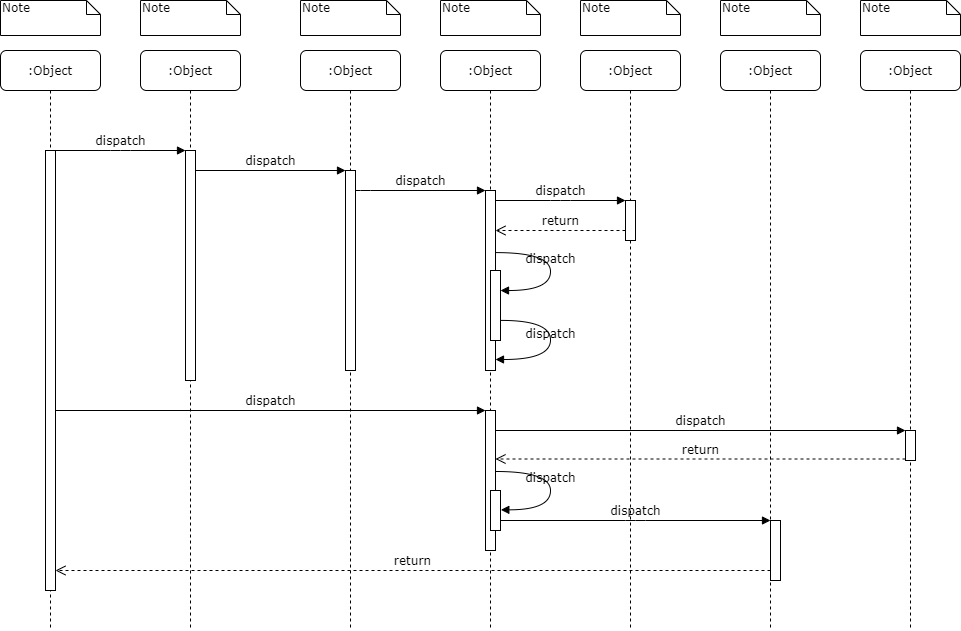
Before: Untitled Diagram.png, a diagram exported from draw.io (tongtongtongtong/test). Source tidied: cells renumbered, new cells last; positions are measured from the earlier drawing's top-left corner, leaving out a move shared by most shapes.
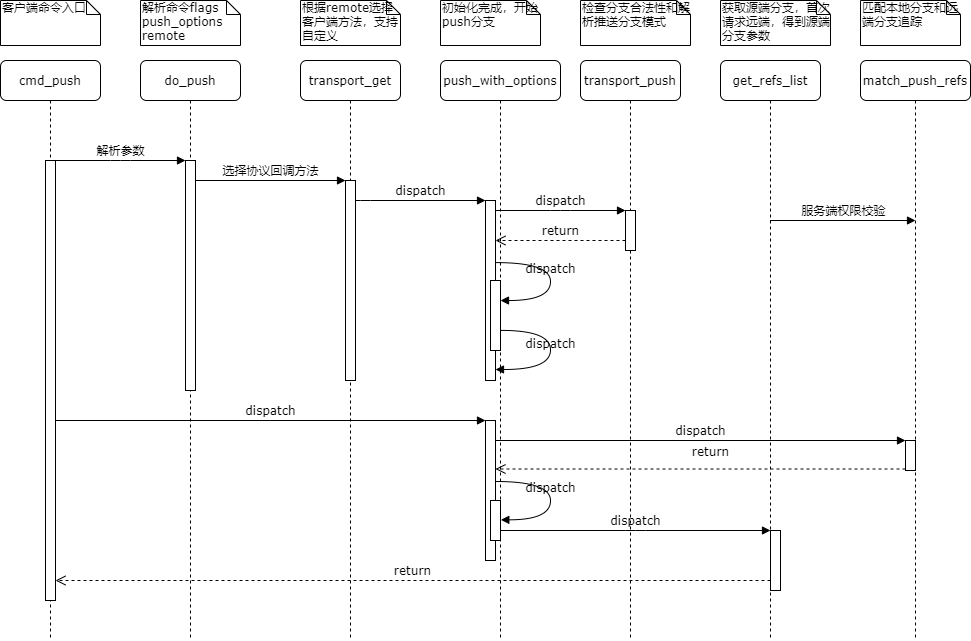
After the change.

The edit, as a diff of the source:
```diff
@@ -2,31 +2,31 @@
   <root>
     <mxCell id="0" />
     <mxCell id="1" parent="0" />
-    <mxCell id="2" value=":Object" style="shape=umlLifeline;perimeter=lifelinePerimeter;whiteSpace=wrap;html=1;rounded=1;shadow=0;comic=0;labelBackgroundColor=none;strokeWidth=1;fontFamily=Verdana;fontSize=12;align=center;" parent="1" vertex="1">
+    <mxCell id="2" value="do_push" style="shape=umlLifeline;perimeter=lifelinePerimeter;whiteSpace=wrap;html=1;rounded=1;shadow=0;comic=0;labelBackgroundColor=none;strokeWidth=1;fontFamily=Verdana;fontSize=12;align=center;" parent="1" vertex="1">
       <mxGeometry x="140" y="50" width="100" height="580" as="geometry" />
     </mxCell>
     <mxCell id="3" style="html=1;points=[];perimeter=orthogonalPerimeter;rounded=0;shadow=0;comic=0;labelBackgroundColor=none;strokeWidth=1;fontFamily=Verdana;fontSize=12;align=center;" parent="2" vertex="1">
       <mxGeometry x="45" y="100" width="10" height="230" as="geometry" />
     </mxCell>
-    <mxCell id="4" value=":Object" style="shape=umlLifeline;perimeter=lifelinePerimeter;whiteSpace=wrap;html=1;rounded=1;shadow=0;comic=0;labelBackgroundColor=none;strokeWidth=1;fontFamily=Verdana;fontSize=12;align=center;" parent="1" vertex="1">
+    <mxCell id="4" value="transport_get" style="shape=umlLifeline;perimeter=lifelinePerimeter;whiteSpace=wrap;html=1;rounded=1;shadow=0;comic=0;labelBackgroundColor=none;strokeWidth=1;fontFamily=Verdana;fontSize=12;align=center;" parent="1" vertex="1">
       <mxGeometry x="300" y="50" width="100" height="580" as="geometry" />
     </mxCell>
     <mxCell id="5" style="html=1;points=[];perimeter=orthogonalPerimeter;rounded=0;shadow=0;comic=0;labelBackgroundColor=none;strokeWidth=1;fontFamily=Verdana;fontSize=12;align=center;" parent="4" vertex="1">
       <mxGeometry x="45" y="120" width="10" height="200" as="geometry" />
     </mxCell>
-    <mxCell id="6" value=":Object" style="shape=umlLifeline;perimeter=lifelinePerimeter;whiteSpace=wrap;html=1;rounded=1;shadow=0;comic=0;labelBackgroundColor=none;strokeWidth=1;fontFamily=Verdana;fontSize=12;align=center;" parent="1" vertex="1">
-      <mxGeometry x="440" y="50" width="100" height="580" as="geometry" />
+    <mxCell id="6" value="push_with_options" style="shape=umlLifeline;perimeter=lifelinePerimeter;whiteSpace=wrap;html=1;rounded=1;shadow=0;comic=0;labelBackgroundColor=none;strokeWidth=1;fontFamily=Verdana;fontSize=12;align=center;" parent="1" vertex="1">
+      <mxGeometry x="440" y="50" width="120" height="580" as="geometry" />
     </mxCell>
-    <mxCell id="7" value=":Object" style="shape=umlLifeline;perimeter=lifelinePerimeter;whiteSpace=wrap;html=1;rounded=1;shadow=0;comic=0;labelBackgroundColor=none;strokeWidth=1;fontFamily=Verdana;fontSize=12;align=center;" parent="1" vertex="1">
+    <mxCell id="7" value="transport_push" style="shape=umlLifeline;perimeter=lifelinePerimeter;whiteSpace=wrap;html=1;rounded=1;shadow=0;comic=0;labelBackgroundColor=none;strokeWidth=1;fontFamily=Verdana;fontSize=12;align=center;" parent="1" vertex="1">
       <mxGeometry x="580" y="50" width="100" height="580" as="geometry" />
     </mxCell>
-    <mxCell id="8" value=":Object" style="shape=umlLifeline;perimeter=lifelinePerimeter;whiteSpace=wrap;html=1;outlineConnect=0;rounded=1;shadow=0;comic=0;labelBackgroundColor=none;strokeWidth=1;fontFamily=Verdana;fontSize=12;align=center;" parent="1" vertex="1">
+    <mxCell id="8" value="get_refs_list" style="shape=umlLifeline;perimeter=lifelinePerimeter;whiteSpace=wrap;html=1;outlineConnect=0;rounded=1;shadow=0;comic=0;labelBackgroundColor=none;strokeWidth=1;fontFamily=Verdana;fontSize=12;align=center;" parent="1" vertex="1">
       <mxGeometry x="720" y="50" width="100" height="580" as="geometry" />
     </mxCell>
-    <mxCell id="9" value=":Object" style="shape=umlLifeline;perimeter=lifelinePerimeter;whiteSpace=wrap;html=1;rounded=1;shadow=0;comic=0;labelBackgroundColor=none;strokeWidth=1;fontFamily=Verdana;fontSize=12;align=center;" parent="1" vertex="1">
-      <mxGeometry x="860" y="50" width="100" height="580" as="geometry" />
+    <mxCell id="9" value="match_push_refs" style="shape=umlLifeline;perimeter=lifelinePerimeter;whiteSpace=wrap;html=1;rounded=1;shadow=0;comic=0;labelBackgroundColor=none;strokeWidth=1;fontFamily=Verdana;fontSize=12;align=center;" parent="1" vertex="1">
+      <mxGeometry x="860" y="50" width="110" height="580" as="geometry" />
     </mxCell>
-    <mxCell id="10" value=":Object" style="shape=umlLifeline;perimeter=lifelinePerimeter;whiteSpace=wrap;html=1;rounded=1;shadow=0;comic=0;labelBackgroundColor=none;strokeWidth=1;fontFamily=Verdana;fontSize=12;align=center;" parent="1" vertex="1">
+    <mxCell id="10" value="cmd_push" style="shape=umlLifeline;perimeter=lifelinePerimeter;whiteSpace=wrap;html=1;rounded=1;shadow=0;comic=0;labelBackgroundColor=none;strokeWidth=1;fontFamily=Verdana;fontSize=12;align=center;" parent="1" vertex="1">
       <mxGeometry y="50" width="100" height="580" as="geometry" />
     </mxCell>
     <mxCell id="11" style="html=1;points=[];perimeter=orthogonalPerimeter;rounded=0;shadow=0;comic=0;labelBackgroundColor=none;strokeWidth=1;fontFamily=Verdana;fontSize=12;align=center;" parent="10" vertex="1">
@@ -69,7 +69,7 @@
       <mxGeometry relative="1" as="geometry" />
     </mxCell>
     <mxCell id="21" value="return" style="html=1;verticalAlign=bottom;endArrow=open;dashed=1;endSize=8;exitX=0;exitY=0.95;labelBackgroundColor=none;fontFamily=Verdana;fontSize=12;" parent="1" edge="1" source="19" target="17">
-      <mxGeometry relative="1" as="geometry" />
+      <mxGeometry x="-0.05" y="-8" relative="1" as="geometry" />
     </mxCell>
     <mxCell id="22" style="html=1;points=[];perimeter=orthogonalPerimeter;rounded=0;shadow=0;comic=0;labelBackgroundColor=none;strokeWidth=1;fontFamily=Verdana;fontSize=12;align=center;" parent="1" vertex="1">
       <mxGeometry x="770" y="520" width="10" height="60" as="geometry" />
@@ -84,10 +84,10 @@
         </Array>
       </mxGeometry>
     </mxCell>
-    <mxCell id="25" value="dispatch" style="html=1;verticalAlign=bottom;endArrow=block;entryX=0;entryY=0;labelBackgroundColor=none;fontFamily=Verdana;fontSize=12;edgeStyle=elbowEdgeStyle;elbow=vertical;" parent="1" edge="1" source="11" target="3">
+    <mxCell id="25" value="解析参数" style="html=1;verticalAlign=bottom;endArrow=block;entryX=0;entryY=0;labelBackgroundColor=none;fontFamily=Verdana;fontSize=12;edgeStyle=elbowEdgeStyle;elbow=vertical;" parent="1" edge="1" source="11" target="3">
       <mxGeometry relative="1" as="geometry" />
     </mxCell>
-    <mxCell id="26" value="dispatch" style="html=1;verticalAlign=bottom;endArrow=block;entryX=0;entryY=0;labelBackgroundColor=none;fontFamily=Verdana;fontSize=12;edgeStyle=elbowEdgeStyle;elbow=vertical;" parent="1" edge="1" source="3" target="5">
+    <mxCell id="26" value="选择协议回调方法" style="html=1;verticalAlign=bottom;endArrow=block;entryX=0;entryY=0;labelBackgroundColor=none;fontFamily=Verdana;fontSize=12;edgeStyle=elbowEdgeStyle;elbow=vertical;" parent="1" edge="1" source="3" target="5">
       <mxGeometry relative="1" as="geometry" />
     </mxCell>
     <mxCell id="27" style="html=1;points=[];perimeter=orthogonalPerimeter;rounded=0;shadow=0;comic=0;labelBackgroundColor=none;strokeWidth=1;fontFamily=Verdana;fontSize=12;align=center;" parent="1" vertex="1">
@@ -123,26 +123,31 @@
         </Array>
       </mxGeometry>
     </mxCell>
-    <mxCell id="32" value="Note" style="shape=note;whiteSpace=wrap;html=1;size=14;verticalAlign=top;align=left;spacingTop=-6;rounded=0;shadow=0;comic=0;labelBackgroundColor=none;strokeWidth=1;fontFamily=Verdana;fontSize=12;" parent="1" vertex="1">
-      <mxGeometry width="100" height="35" as="geometry" />
+    <mxCell id="32" value="客户端命令入口" style="shape=note;whiteSpace=wrap;html=1;size=14;verticalAlign=top;align=left;spacingTop=-6;rounded=0;shadow=0;comic=0;labelBackgroundColor=none;strokeWidth=1;fontFamily=Verdana;fontSize=12;" parent="1" vertex="1">
+      <mxGeometry y="-10" width="100" height="45" as="geometry" />
     </mxCell>
-    <mxCell id="33" value="Note" style="shape=note;whiteSpace=wrap;html=1;size=14;verticalAlign=top;align=left;spacingTop=-6;rounded=0;shadow=0;comic=0;labelBackgroundColor=none;strokeWidth=1;fontFamily=Verdana;fontSize=12;" parent="1" vertex="1">
-      <mxGeometry x="140" width="100" height="35" as="geometry" />
+    <mxCell id="33" value="解析命令flags&lt;br&gt;push_options&lt;br&gt;remote" style="shape=note;whiteSpace=wrap;html=1;size=14;verticalAlign=top;align=left;spacingTop=-6;rounded=0;shadow=0;comic=0;labelBackgroundColor=none;strokeWidth=1;fontFamily=Verdana;fontSize=12;" parent="1" vertex="1">
+      <mxGeometry x="140" y="-10" width="100" height="45" as="geometry" />
     </mxCell>
-    <mxCell id="34" value="Note" style="shape=note;whiteSpace=wrap;html=1;size=14;verticalAlign=top;align=left;spacingTop=-6;rounded=0;shadow=0;comic=0;labelBackgroundColor=none;strokeWidth=1;fontFamily=Verdana;fontSize=12;" parent="1" vertex="1">
-      <mxGeometry x="300" width="100" height="35" as="geometry" />
+    <mxCell id="34" value="根据remote选择客户端方法，支持自定义" style="shape=note;whiteSpace=wrap;html=1;size=14;verticalAlign=top;align=left;spacingTop=-6;rounded=0;shadow=0;comic=0;labelBackgroundColor=none;strokeWidth=1;fontFamily=Verdana;fontSize=12;" parent="1" vertex="1">
+      <mxGeometry x="300" y="-10" width="100" height="45" as="geometry" />
     </mxCell>
-    <mxCell id="35" value="Note" style="shape=note;whiteSpace=wrap;html=1;size=14;verticalAlign=top;align=left;spacingTop=-6;rounded=0;shadow=0;comic=0;labelBackgroundColor=none;strokeWidth=1;fontFamily=Verdana;fontSize=12;" parent="1" vertex="1">
-      <mxGeometry x="440" width="100" height="35" as="geometry" />
+    <mxCell id="35" value="初始化完成，开始push分支" style="shape=note;whiteSpace=wrap;html=1;size=14;verticalAlign=top;align=left;spacingTop=-6;rounded=0;shadow=0;comic=0;labelBackgroundColor=none;strokeWidth=1;fontFamily=Verdana;fontSize=12;" parent="1" vertex="1">
+      <mxGeometry x="440" y="-10" width="100" height="45" as="geometry" />
     </mxCell>
-    <mxCell id="36" value="Note" style="shape=note;whiteSpace=wrap;html=1;size=14;verticalAlign=top;align=left;spacingTop=-6;rounded=0;shadow=0;comic=0;labelBackgroundColor=none;strokeWidth=1;fontFamily=Verdana;fontSize=12;" parent="1" vertex="1">
-      <mxGeometry x="580" width="100" height="35" as="geometry" />
+    <mxCell id="36" value="检查分支合法性和解析推送分支模式" style="shape=note;whiteSpace=wrap;html=1;size=14;verticalAlign=top;align=left;spacingTop=-6;rounded=0;shadow=0;comic=0;labelBackgroundColor=none;strokeWidth=1;fontFamily=Verdana;fontSize=12;" parent="1" vertex="1">
+      <mxGeometry x="580" y="-10" width="110" height="45" as="geometry" />
     </mxCell>
-    <mxCell id="37" value="Note" style="shape=note;whiteSpace=wrap;html=1;size=14;verticalAlign=top;align=left;spacingTop=-6;rounded=0;shadow=0;comic=0;labelBackgroundColor=none;strokeWidth=1;fontFamily=Verdana;fontSize=12;" parent="1" vertex="1">
-      <mxGeometry x="720" width="100" height="35" as="geometry" />
+    <mxCell id="37" value="获取源端分支，首次请求远端，得到源端分支参数" style="shape=note;whiteSpace=wrap;html=1;size=14;verticalAlign=top;align=left;spacingTop=-6;rounded=0;shadow=0;comic=0;labelBackgroundColor=none;strokeWidth=1;fontFamily=Verdana;fontSize=12;" parent="1" vertex="1">
+      <mxGeometry x="720" y="-10" width="110" height="45" as="geometry" />
     </mxCell>
-    <mxCell id="38" value="Note" style="shape=note;whiteSpace=wrap;html=1;size=14;verticalAlign=top;align=left;spacingTop=-6;rounded=0;shadow=0;comic=0;labelBackgroundColor=none;strokeWidth=1;fontFamily=Verdana;fontSize=12;" parent="1" vertex="1">
-      <mxGeometry x="860" width="100" height="35" as="geometry" />
+    <mxCell id="38" value="匹配本地分支和远端分支追踪" style="shape=note;whiteSpace=wrap;html=1;size=14;verticalAlign=top;align=left;spacingTop=-6;rounded=0;shadow=0;comic=0;labelBackgroundColor=none;strokeWidth=1;fontFamily=Verdana;fontSize=12;" parent="1" vertex="1">
+      <mxGeometry x="860" y="-10" width="100" height="45" as="geometry" />
     </mxCell>
+    <mxCell id="39" value="服务端权限校验" style="html=1;verticalAlign=bottom;endArrow=block;entryX=0;entryY=0;labelBackgroundColor=none;fontFamily=Verdana;fontSize=12;edgeStyle=elbowEdgeStyle;elbow=vertical;" parent="1" edge="1" source="8">
+      <mxGeometry relative="1" as="geometry">
+        <mxPoint x="915" y="210" as="targetPoint" />
+      </mxGeometry>
+    </mxCell>
   </root>
 </mxGraphModel>
```
